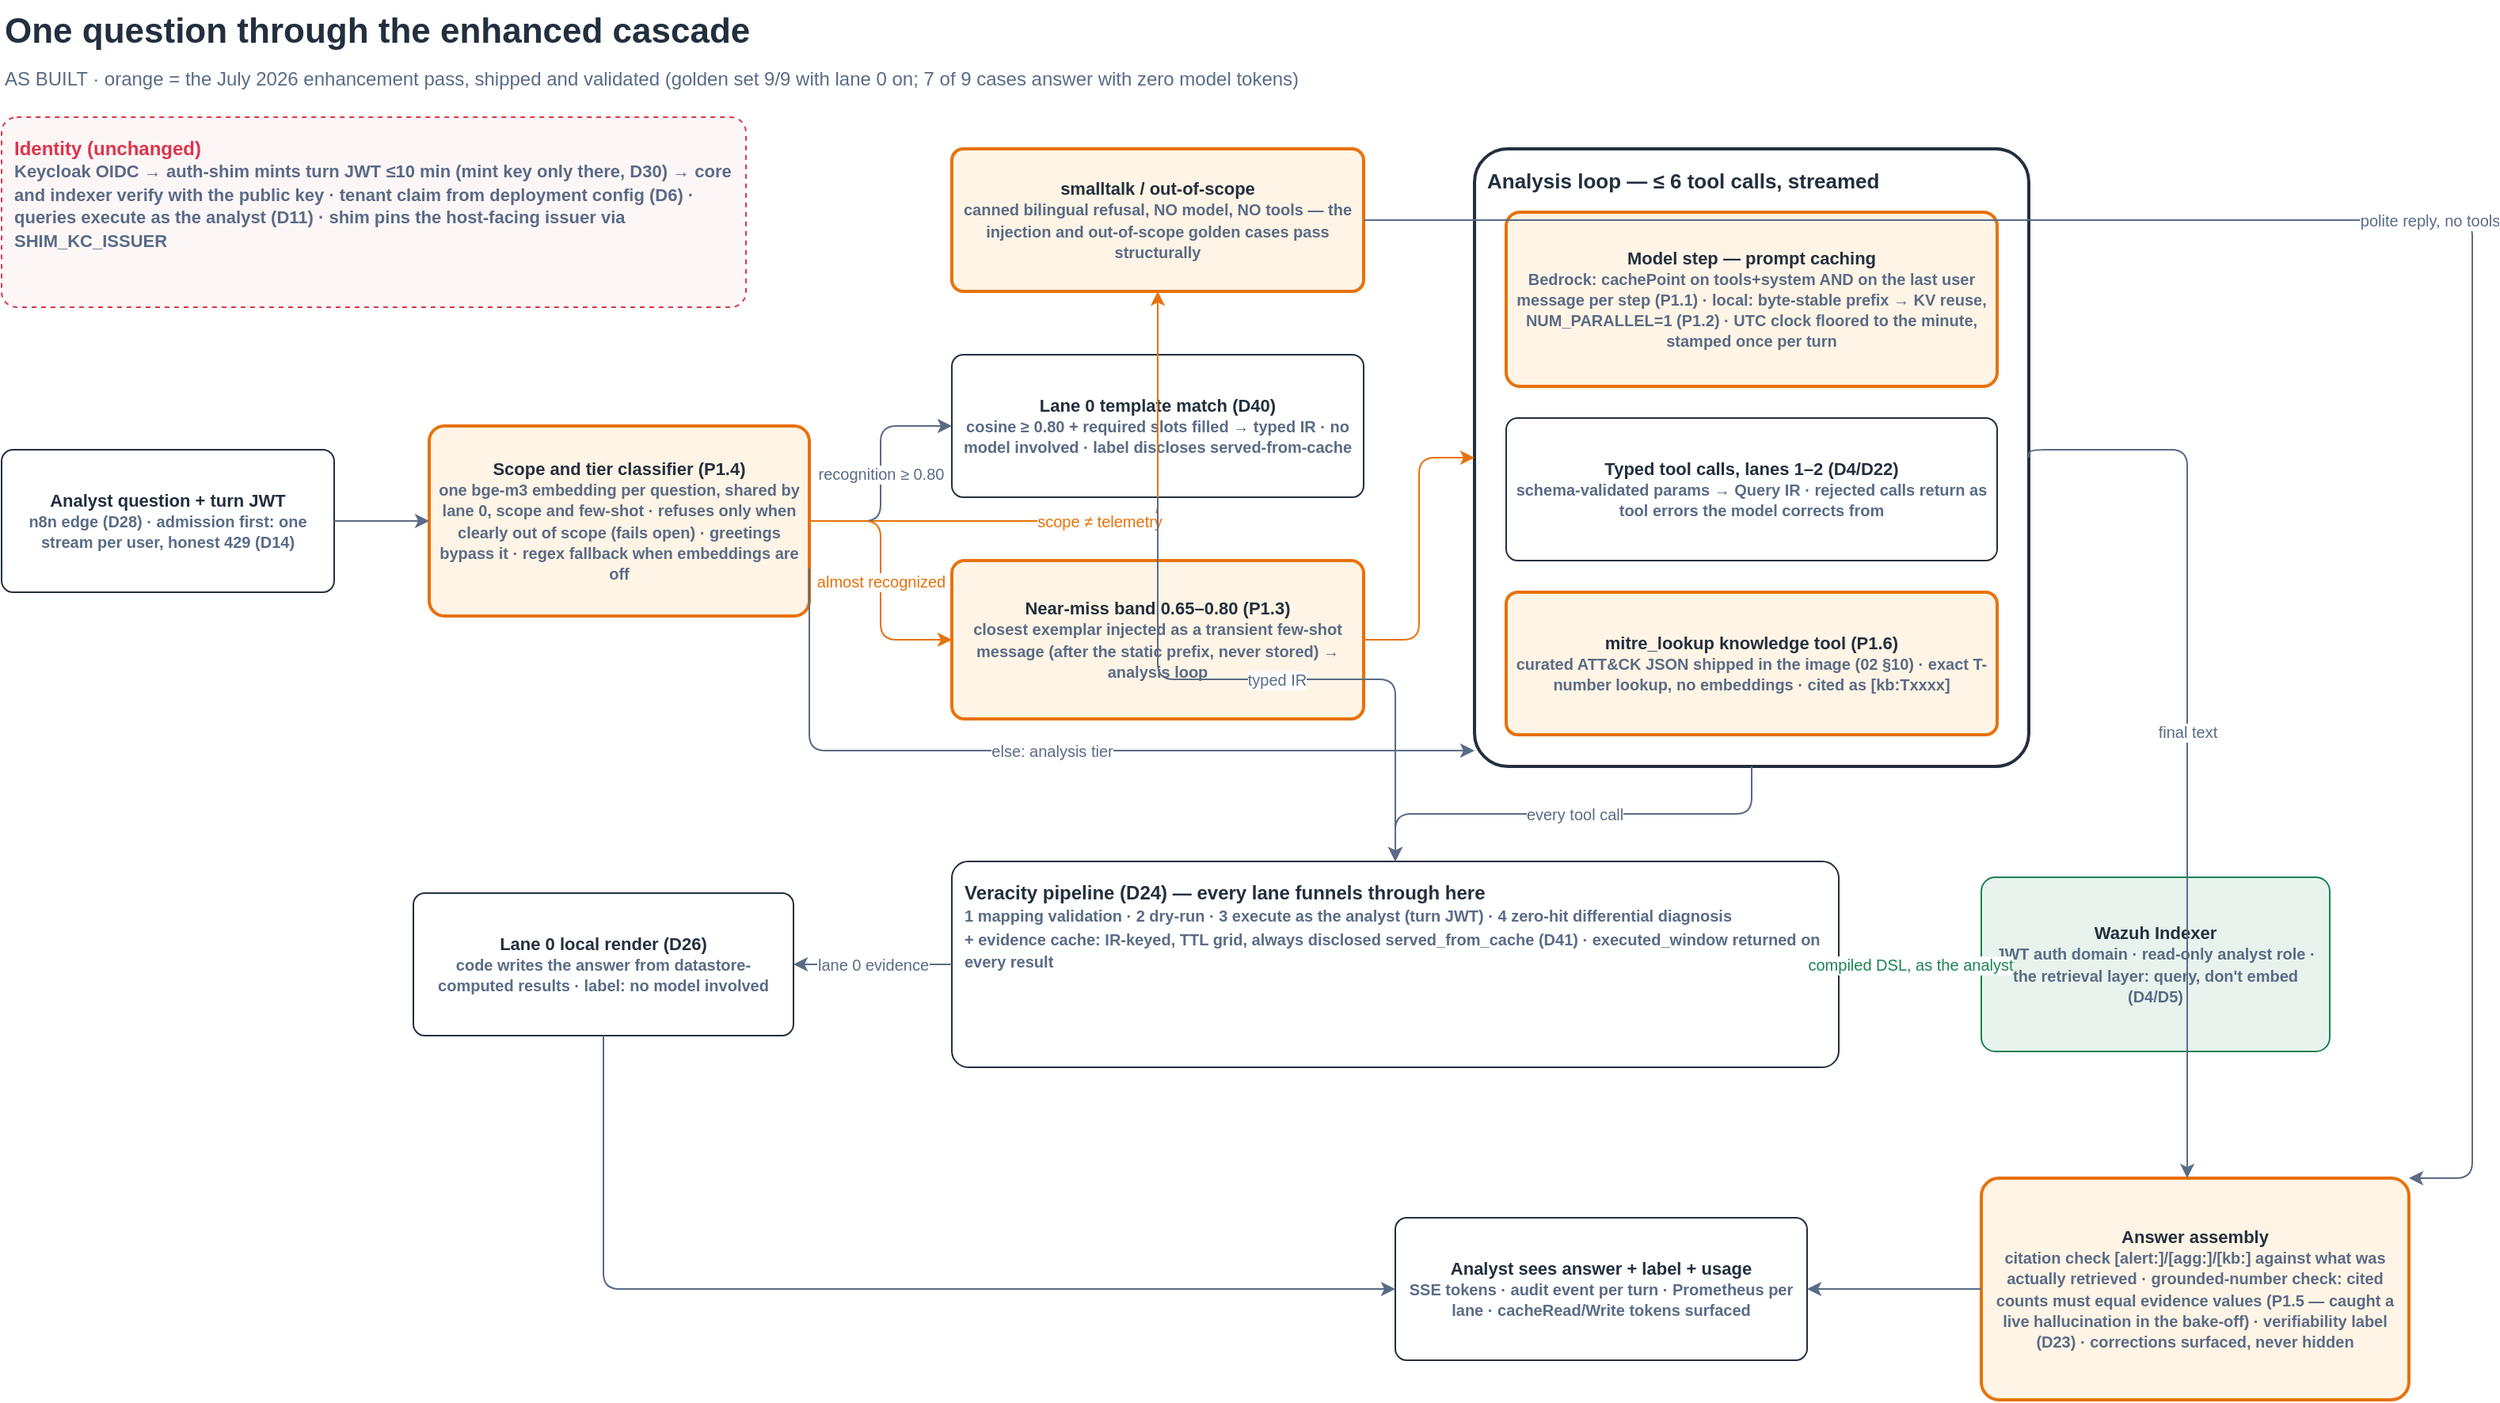
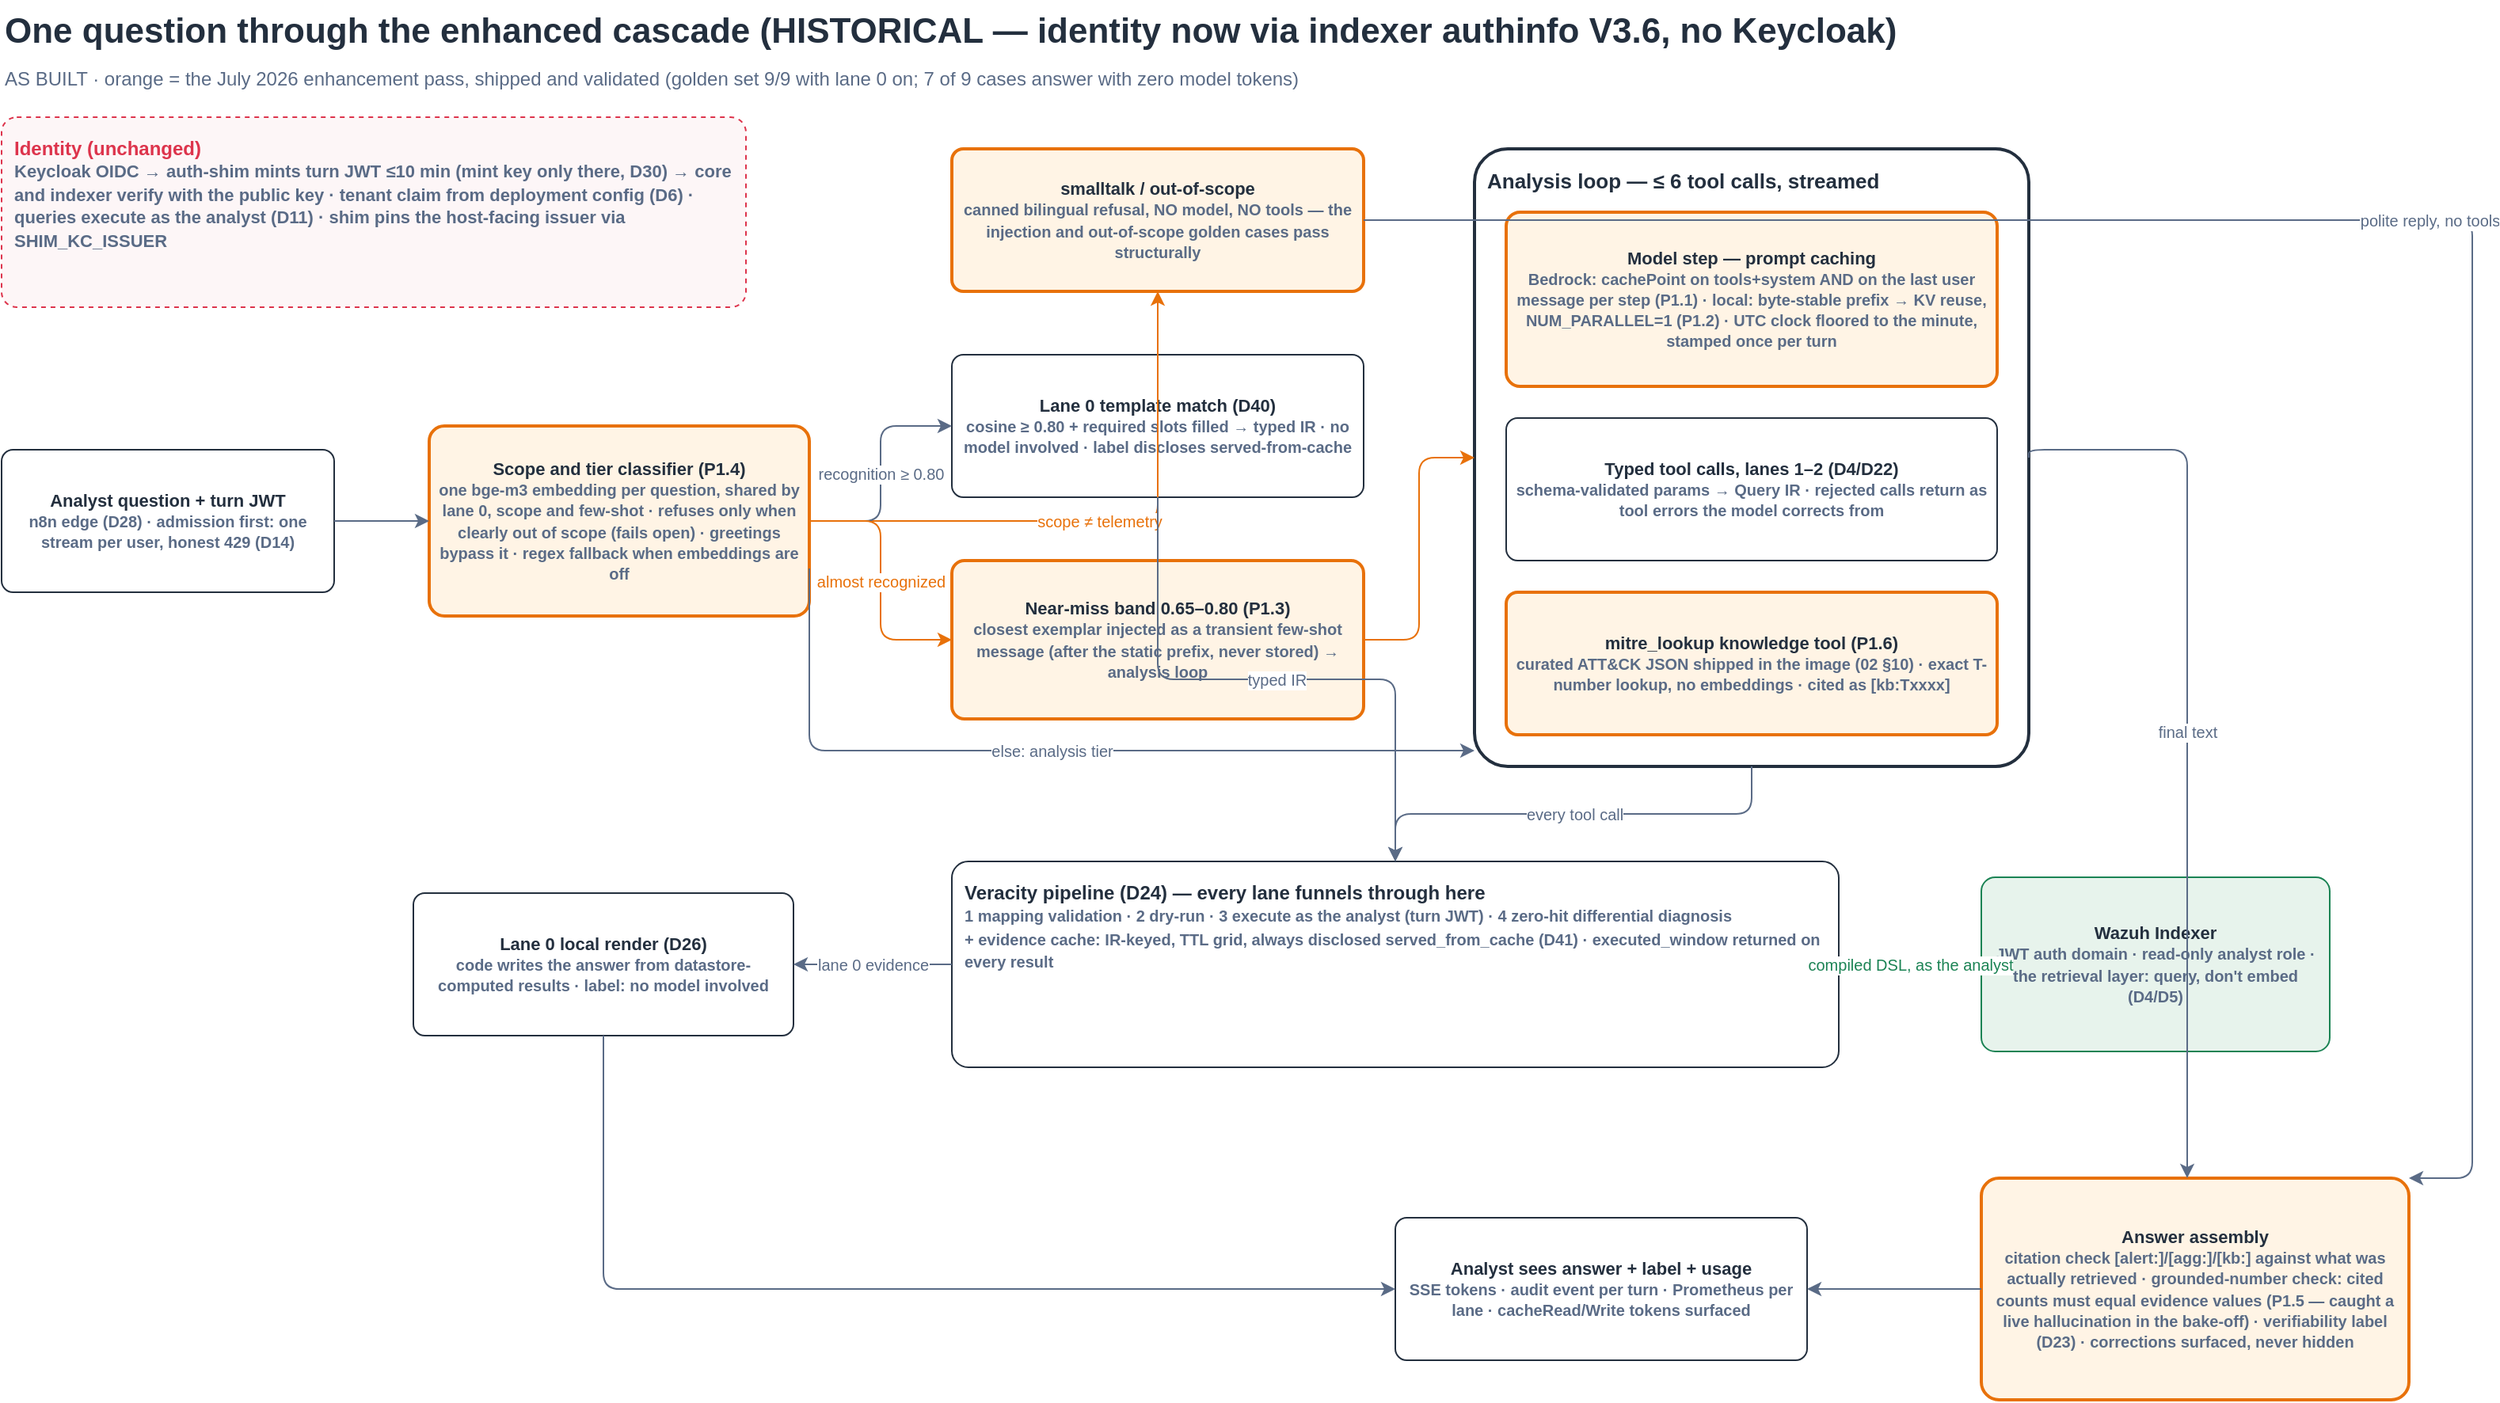
<mxfile host="app.diagrams.net" type="device" version="24.7.17">
  <diagram id="enh1" name="1 · Enhanced turn workflow">
    <mxGraphModel dx="1400" dy="800" grid="0" gridSize="10" guides="1" tooltips="1" connect="1" arrows="1" fold="1" page="1" pageScale="1" pageWidth="1660" pageHeight="1010" math="0" shadow="0">
      <root>
        <mxCell id="0"/>
        <mxCell id="1" parent="0"/>
-         <mxCell id="e1t" value="One question through the enhanced cascade" style="text;html=1;fontSize=22;fontStyle=1;fontColor=#232F3E;align=left;" vertex="1" parent="1"><mxGeometry x="40" y="16" width="1400" height="32" as="geometry"/></mxCell>
+         <mxCell id="e1t" value="One question through the enhanced cascade (HISTORICAL — identity now via indexer authinfo V3.6, no Keycloak)" style="text;html=1;fontSize=22;fontStyle=1;fontColor=#232F3E;align=left;" vertex="1" parent="1"><mxGeometry x="40" y="16" width="1400" height="32" as="geometry"/></mxCell>
        <mxCell id="e1s" value="AS BUILT · orange = the July 2026 enhancement pass, shipped and validated (golden set 9/9 with lane 0 on; 7 of 9 cases answer with zero model tokens)" style="text;html=1;fontSize=12;fontColor=#5A6B86;align=left;" vertex="1" parent="1"><mxGeometry x="40" y="52" width="1400" height="20" as="geometry"/></mxCell>
        <mxCell id="e1id" value="Identity (unchanged)&lt;br&gt;&lt;font style=&quot;font-size:11px&quot; color=&quot;#5A6B86&quot;&gt;Keycloak OIDC → auth-shim mints turn JWT ≤10 min (mint key only there, D30) → core and indexer verify with the public key · tenant claim from deployment config (D6) · queries execute as the analyst (D11) · shim pins the host-facing issuer via SHIM_KC_ISSUER&lt;/font&gt;" style="rounded=1;whiteSpace=wrap;html=1;fillColor=#FDF6F7;strokeColor=#DD344C;dashed=1;fontColor=#DD344C;fontSize=12;fontStyle=1;align=left;verticalAlign=top;spacing=8;arcSize=8;" vertex="1" parent="1"><mxGeometry x="40" y="90" width="470" height="120" as="geometry"/></mxCell>
        <mxCell id="e1q" value="Analyst question + turn JWT&lt;br&gt;&lt;font style=&quot;font-size:10px&quot; color=&quot;#5A6B86&quot;&gt;n8n edge (D28) · admission first: one stream per user, honest 429 (D14)&lt;/font&gt;" style="rounded=1;whiteSpace=wrap;html=1;fillColor=#FFFFFF;strokeColor=#232F3E;fontColor=#232F3E;fontSize=11;fontStyle=1;align=center;verticalAlign=middle;spacing=6;arcSize=8;" vertex="1" parent="1"><mxGeometry x="40" y="300" width="210" height="90" as="geometry"/></mxCell>
        <mxCell id="e1cls" value="Scope and tier classifier (P1.4)&lt;br&gt;&lt;font style=&quot;font-size:10px&quot; color=&quot;#5A6B86&quot;&gt;one bge-m3 embedding per question, shared by lane 0, scope and few-shot · refuses only when clearly out of scope (fails open) · greetings bypass it · regex fallback when embeddings are off&lt;/font&gt;" style="rounded=1;whiteSpace=wrap;html=1;fillColor=#FFF4E5;strokeColor=#E8710A;strokeWidth=2;fontColor=#232F3E;fontSize=11;fontStyle=1;align=center;verticalAlign=middle;spacing=6;arcSize=8;" vertex="1" parent="1"><mxGeometry x="310" y="285" width="240" height="120" as="geometry"/></mxCell>
        <mxCell id="e1b1" value="smalltalk / out-of-scope&lt;br&gt;&lt;font style=&quot;font-size:10px&quot; color=&quot;#5A6B86&quot;&gt;canned bilingual refusal, NO model, NO tools — the injection and out-of-scope golden cases pass structurally&lt;/font&gt;" style="rounded=1;whiteSpace=wrap;html=1;fillColor=#FFF4E5;strokeColor=#E8710A;strokeWidth=2;fontColor=#232F3E;fontSize=11;fontStyle=1;align=center;verticalAlign=middle;spacing=6;arcSize=8;" vertex="1" parent="1"><mxGeometry x="640" y="110" width="260" height="90" as="geometry"/></mxCell>
        <mxCell id="e1b2" value="Lane 0 template match (D40)&lt;br&gt;&lt;font style=&quot;font-size:10px&quot; color=&quot;#5A6B86&quot;&gt;cosine ≥ 0.80 + required slots filled → typed IR · no model involved · label discloses served-from-cache&lt;/font&gt;" style="rounded=1;whiteSpace=wrap;html=1;fillColor=#FFFFFF;strokeColor=#232F3E;fontColor=#232F3E;fontSize=11;fontStyle=1;align=center;verticalAlign=middle;spacing=6;arcSize=8;" vertex="1" parent="1"><mxGeometry x="640" y="240" width="260" height="90" as="geometry"/></mxCell>
        <mxCell id="e1b3" value="Near-miss band 0.65–0.80 (P1.3)&lt;br&gt;&lt;font style=&quot;font-size:10px&quot; color=&quot;#5A6B86&quot;&gt;closest exemplar injected as a transient few-shot message (after the static prefix, never stored) → analysis loop&lt;/font&gt;" style="rounded=1;whiteSpace=wrap;html=1;fillColor=#FFF4E5;strokeColor=#E8710A;strokeWidth=2;fontColor=#232F3E;fontSize=11;fontStyle=1;align=center;verticalAlign=middle;spacing=6;arcSize=8;" vertex="1" parent="1"><mxGeometry x="640" y="370" width="260" height="100" as="geometry"/></mxCell>
        <mxCell id="e1lp" value="Analysis loop — ≤ 6 tool calls, streamed" style="rounded=1;whiteSpace=wrap;html=1;fillColor=none;strokeColor=#232F3E;strokeWidth=2;fontColor=#232F3E;fontSize=13;fontStyle=1;align=left;verticalAlign=top;spacing=8;arcSize=6;" vertex="1" parent="1"><mxGeometry x="970" y="110" width="350" height="390" as="geometry"/></mxCell>
        <mxCell id="e1lp1" value="Model step — prompt caching&lt;br&gt;&lt;font style=&quot;font-size:10px&quot; color=&quot;#5A6B86&quot;&gt;Bedrock: cachePoint on tools+system AND on the last user message per step (P1.1) · local: byte-stable prefix → KV reuse, NUM_PARALLEL=1 (P1.2) · UTC clock floored to the minute, stamped once per turn&lt;/font&gt;" style="rounded=1;whiteSpace=wrap;html=1;fillColor=#FFF4E5;strokeColor=#E8710A;strokeWidth=2;fontColor=#232F3E;fontSize=11;fontStyle=1;align=center;verticalAlign=middle;spacing=6;arcSize=8;" vertex="1" parent="e1lp"><mxGeometry x="20" y="40" width="310" height="110" as="geometry"/></mxCell>
        <mxCell id="e1lp2" value="Typed tool calls, lanes 1–2 (D4/D22)&lt;br&gt;&lt;font style=&quot;font-size:10px&quot; color=&quot;#5A6B86&quot;&gt;schema-validated params → Query IR · rejected calls return as tool errors the model corrects from&lt;/font&gt;" style="rounded=1;whiteSpace=wrap;html=1;fillColor=#FFFFFF;strokeColor=#232F3E;fontColor=#232F3E;fontSize=11;fontStyle=1;align=center;verticalAlign=middle;spacing=6;arcSize=8;" vertex="1" parent="e1lp"><mxGeometry x="20" y="170" width="310" height="90" as="geometry"/></mxCell>
        <mxCell id="e1lp3" value="mitre_lookup knowledge tool (P1.6)&lt;br&gt;&lt;font style=&quot;font-size:10px&quot; color=&quot;#5A6B86&quot;&gt;curated ATT&amp;amp;CK JSON shipped in the image (02 §10) · exact T-number lookup, no embeddings · cited as [kb:Txxxx]&lt;/font&gt;" style="rounded=1;whiteSpace=wrap;html=1;fillColor=#FFF4E5;strokeColor=#E8710A;strokeWidth=2;fontColor=#232F3E;fontSize=11;fontStyle=1;align=center;verticalAlign=middle;spacing=6;arcSize=8;" vertex="1" parent="e1lp"><mxGeometry x="20" y="280" width="310" height="90" as="geometry"/></mxCell>
        <mxCell id="e1vp" value="Veracity pipeline (D24) — every lane funnels through here&lt;br&gt;&lt;font style=&quot;font-size:10px&quot; color=&quot;#5A6B86&quot;&gt;1 mapping validation · 2 dry-run · 3 execute as the analyst (turn JWT) · 4 zero-hit differential diagnosis&lt;br&gt;+ evidence cache: IR-keyed, TTL grid, always disclosed served_from_cache (D41) · executed_window returned on every result&lt;/font&gt;" style="rounded=1;whiteSpace=wrap;html=1;fillColor=#FFFFFF;strokeColor=#232F3E;fontColor=#232F3E;fontSize=12;fontStyle=1;align=left;verticalAlign=top;spacing=8;arcSize=8;" vertex="1" parent="1"><mxGeometry x="640" y="560" width="560" height="130" as="geometry"/></mxCell>
        <mxCell id="e1idx" value="Wazuh Indexer&lt;br&gt;&lt;font style=&quot;font-size:10px&quot; color=&quot;#5A6B86&quot;&gt;JWT auth domain · read-only analyst role · the retrieval layer: query, don&#39;t embed (D4/D5)&lt;/font&gt;" style="rounded=1;whiteSpace=wrap;html=1;fillColor=#E7F3EC;strokeColor=#1B8354;fontColor=#232F3E;fontSize=11;fontStyle=1;align=center;verticalAlign=middle;spacing=6;arcSize=8;" vertex="1" parent="1"><mxGeometry x="1290" y="570" width="220" height="110" as="geometry"/></mxCell>
        <mxCell id="e1lr" value="Lane 0 local render (D26)&lt;br&gt;&lt;font style=&quot;font-size:10px&quot; color=&quot;#5A6B86&quot;&gt;code writes the answer from datastore-computed results · label: no model involved&lt;/font&gt;" style="rounded=1;whiteSpace=wrap;html=1;fillColor=#FFFFFF;strokeColor=#232F3E;fontColor=#232F3E;fontSize=11;fontStyle=1;align=center;verticalAlign=middle;spacing=6;arcSize=8;" vertex="1" parent="1"><mxGeometry x="300" y="580" width="240" height="90" as="geometry"/></mxCell>
        <mxCell id="e1out" value="Answer assembly&lt;br&gt;&lt;font style=&quot;font-size:10px&quot; color=&quot;#5A6B86&quot;&gt;citation check [alert:]/[agg:]/[kb:] against what was actually retrieved · grounded-number check: cited counts must equal evidence values (P1.5 — caught a live hallucination in the bake-off) · verifiability label (D23) · corrections surfaced, never hidden&lt;/font&gt;" style="rounded=1;whiteSpace=wrap;html=1;fillColor=#FFF4E5;strokeColor=#E8710A;strokeWidth=2;fontColor=#232F3E;fontSize=11;fontStyle=1;align=center;verticalAlign=middle;spacing=6;arcSize=8;" vertex="1" parent="1"><mxGeometry x="1290" y="760" width="270" height="140" as="geometry"/></mxCell>
        <mxCell id="e1ans" value="Analyst sees answer + label + usage&lt;br&gt;&lt;font style=&quot;font-size:10px&quot; color=&quot;#5A6B86&quot;&gt;SSE tokens · audit event per turn · Prometheus per lane · cacheRead/Write tokens surfaced&lt;/font&gt;" style="rounded=1;whiteSpace=wrap;html=1;fillColor=#FFFFFF;strokeColor=#232F3E;fontColor=#232F3E;fontSize=11;fontStyle=1;align=center;verticalAlign=middle;spacing=6;arcSize=8;" vertex="1" parent="1"><mxGeometry x="920" y="785" width="260" height="90" as="geometry"/></mxCell>
        <mxCell id="e1e1" style="edgeStyle=orthogonalEdgeStyle;rounded=1;html=1;strokeColor=#5A6B86;fontColor=#5A6B86;fontSize=10;" edge="1" parent="1" source="e1q" target="e1cls"><mxGeometry relative="1" as="geometry"/></mxCell>
        <mxCell id="e1e2" value="scope ≠ telemetry" style="edgeStyle=orthogonalEdgeStyle;rounded=1;html=1;strokeColor=#E8710A;fontColor=#E8710A;fontSize=10;" edge="1" parent="1" source="e1cls" target="e1b1"><mxGeometry relative="1" as="geometry"/></mxCell>
        <mxCell id="e1e3" value="recognition ≥ 0.80" style="edgeStyle=orthogonalEdgeStyle;rounded=1;html=1;strokeColor=#5A6B86;fontColor=#5A6B86;fontSize=10;" edge="1" parent="1" source="e1cls" target="e1b2"><mxGeometry relative="1" as="geometry"/></mxCell>
        <mxCell id="e1e4" value="almost recognized" style="edgeStyle=orthogonalEdgeStyle;rounded=1;html=1;strokeColor=#E8710A;fontColor=#E8710A;fontSize=10;" edge="1" parent="1" source="e1cls" target="e1b3"><mxGeometry relative="1" as="geometry"/></mxCell>
        <mxCell id="e1e5" value="else: analysis tier" style="edgeStyle=orthogonalEdgeStyle;rounded=1;html=1;strokeColor=#5A6B86;fontColor=#5A6B86;fontSize=10;exitX=1;exitY=0.75;exitDx=0;exitDy=0;" edge="1" parent="1" source="e1cls" target="e1lp"><mxGeometry relative="1" as="geometry"><Array as="points"><mxPoint x="600" y="490"/><mxPoint x="940" y="490"/></Array></mxGeometry></mxCell>
        <mxCell id="e1e6" style="edgeStyle=orthogonalEdgeStyle;rounded=1;html=1;strokeColor=#E8710A;fontColor=#E8710A;fontSize=10;" edge="1" parent="1" source="e1b3" target="e1lp"><mxGeometry relative="1" as="geometry"/></mxCell>
        <mxCell id="e1e7" value="typed IR" style="edgeStyle=orthogonalEdgeStyle;rounded=1;html=1;strokeColor=#5A6B86;fontColor=#5A6B86;fontSize=10;" edge="1" parent="1" source="e1b2" target="e1vp"><mxGeometry relative="1" as="geometry"/></mxCell>
        <mxCell id="e1e8" value="every tool call" style="edgeStyle=orthogonalEdgeStyle;rounded=1;html=1;strokeColor=#5A6B86;fontColor=#5A6B86;fontSize=10;" edge="1" parent="1" source="e1lp" target="e1vp"><mxGeometry relative="1" as="geometry"/></mxCell>
        <mxCell id="e1e9" value="compiled DSL, as the analyst" style="edgeStyle=orthogonalEdgeStyle;rounded=1;html=1;strokeColor=#1B8354;fontColor=#1B8354;fontSize=10;" edge="1" parent="1" source="e1vp" target="e1idx"><mxGeometry relative="1" as="geometry"/></mxCell>
        <mxCell id="e1e10" value="lane 0 evidence" style="edgeStyle=orthogonalEdgeStyle;rounded=1;html=1;strokeColor=#5A6B86;fontColor=#5A6B86;fontSize=10;" edge="1" parent="1" source="e1vp" target="e1lr"><mxGeometry relative="1" as="geometry"/></mxCell>
        <mxCell id="e1e11" value="final text" style="edgeStyle=orthogonalEdgeStyle;rounded=1;html=1;strokeColor=#5A6B86;fontColor=#5A6B86;fontSize=10;exitX=1;exitY=0.5;exitDx=0;exitDy=0;" edge="1" parent="1" source="e1lp" target="e1out"><mxGeometry relative="1" as="geometry"><Array as="points"><mxPoint x="1420" y="300"/></Array></mxGeometry></mxCell>
        <mxCell id="e1e12" value="polite reply, no tools" style="edgeStyle=orthogonalEdgeStyle;rounded=1;html=1;strokeColor=#5A6B86;fontColor=#5A6B86;fontSize=10;" edge="1" parent="1" source="e1b1" target="e1out"><mxGeometry relative="1" as="geometry"><Array as="points"><mxPoint x="1600" y="155"/><mxPoint x="1600" y="760"/></Array></mxGeometry></mxCell>
        <mxCell id="e1e13" style="edgeStyle=orthogonalEdgeStyle;rounded=1;html=1;strokeColor=#5A6B86;fontColor=#5A6B86;fontSize=10;" edge="1" parent="1" source="e1lr" target="e1ans"><mxGeometry relative="1" as="geometry"><Array as="points"><mxPoint x="420" y="830"/></Array></mxGeometry></mxCell>
        <mxCell id="e1e14" style="edgeStyle=orthogonalEdgeStyle;rounded=1;html=1;strokeColor=#5A6B86;fontColor=#5A6B86;fontSize=10;" edge="1" parent="1" source="e1out" target="e1ans"><mxGeometry relative="1" as="geometry"/></mxCell>
      </root>
    </mxGraphModel>
  </diagram>
  <diagram id="enh2" name="2 · Caches and knowledge placement">
    <mxGraphModel dx="1400" dy="800" grid="0" gridSize="10" guides="1" tooltips="1" connect="1" arrows="1" fold="1" page="1" pageScale="1" pageWidth="1660" pageHeight="1010" math="0" shadow="0">
      <root>
        <mxCell id="0"/>
        <mxCell id="1" parent="0"/>
        <mxCell id="e2t" value="Where each cache and knowledge source lives" style="text;html=1;fontSize=22;fontStyle=1;fontColor=#232F3E;align=left;" vertex="1" parent="1"><mxGeometry x="40" y="16" width="1400" height="32" as="geometry"/></mxCell>
        <mxCell id="e2s" value="AS BUILT · orange = the July 2026 enhancement pass · telemetry is never embedded — the only vector math in the system is over questions and curated exemplars (D4/D5, note 02) · one embedding per question drives lane 0, scope and few-shot" style="text;html=1;fontSize=12;fontColor=#5A6B86;align=left;" vertex="1" parent="1"><mxGeometry x="40" y="52" width="1500" height="20" as="geometry"/></mxCell>
        <mxCell id="e2kc" value="Keycloak&lt;br&gt;&lt;font style=&quot;font-size:10px&quot; color=&quot;#5A6B86&quot;&gt;customer IdP stand-in · OIDC&lt;/font&gt;" style="rounded=1;whiteSpace=wrap;html=1;fillColor=#FDF6F7;strokeColor=#DD344C;fontColor=#232F3E;fontSize=11;fontStyle=1;align=center;verticalAlign=middle;spacing=6;arcSize=8;" vertex="1" parent="1"><mxGeometry x="40" y="140" width="200" height="80" as="geometry"/></mxCell>
        <mxCell id="e2as" value="auth-shim&lt;br&gt;&lt;font style=&quot;font-size:10px&quot; color=&quot;#5A6B86&quot;&gt;verifies OIDC vs JWKS · SHIM_KC_ISSUER pins the host-facing issuer · mints turn JWT ≤10 min · mint key ONLY here (D30)&lt;/font&gt;" style="rounded=1;whiteSpace=wrap;html=1;fillColor=#FDF6F7;strokeColor=#DD344C;fontColor=#232F3E;fontSize=11;fontStyle=1;align=center;verticalAlign=middle;spacing=6;arcSize=8;" vertex="1" parent="1"><mxGeometry x="40" y="260" width="200" height="100" as="geometry"/></mxCell>
        <mxCell id="e2n8" value="n8n chat edge&lt;br&gt;&lt;font style=&quot;font-size:10px&quot; color=&quot;#5A6B86&quot;&gt;thin relay only (D28) · renders the verifiability label&lt;/font&gt;" style="rounded=1;whiteSpace=wrap;html=1;fillColor=#FFFFFF;strokeColor=#232F3E;fontColor=#232F3E;fontSize=11;fontStyle=1;align=center;verticalAlign=middle;spacing=6;arcSize=8;" vertex="1" parent="1"><mxGeometry x="40" y="400" width="200" height="90" as="geometry"/></mxCell>
        <mxCell id="e2mcp" value="MCP adapter (mcp/server.py)&lt;br&gt;&lt;font style=&quot;font-size:10px&quot; color=&quot;#5A6B86&quot;&gt;stdio door for Claude Desktop / Cursor · mints and refreshes its own turn JWT · consumes the HTTP surfaces, never the datastore&lt;/font&gt;" style="rounded=1;whiteSpace=wrap;html=1;fillColor=#FFF4E5;strokeColor=#E8710A;strokeWidth=2;fontColor=#232F3E;fontSize=11;fontStyle=1;align=center;verticalAlign=middle;spacing=6;arcSize=8;" vertex="1" parent="1"><mxGeometry x="40" y="520" width="200" height="110" as="geometry"/></mxCell>
        <mxCell id="e2ts" value="tool-service — FastAPI, deliberately single-process (semaphores, caches and vectors are process-local)" style="rounded=1;whiteSpace=wrap;html=1;fillColor=none;strokeColor=#232F3E;strokeWidth=2;fontColor=#232F3E;fontSize=13;fontStyle=1;align=left;verticalAlign=top;spacing=8;arcSize=6;" vertex="1" parent="1"><mxGeometry x="310" y="120" width="660" height="660" as="geometry"/></mxCell>
        <mxCell id="e2m1" value="loop.py — the agent loop&lt;br&gt;&lt;font style=&quot;font-size:10px&quot; color=&quot;#5A6B86&quot;&gt;lane cascade · citation check ([kb:] included) · grounded-number check (P1.5) · few-shot injection (P1.3) · per-turn minute-floored clock&lt;/font&gt;" style="rounded=1;whiteSpace=wrap;html=1;fillColor=#FFF4E5;strokeColor=#E8710A;strokeWidth=2;fontColor=#232F3E;fontSize=11;fontStyle=1;align=center;verticalAlign=middle;spacing=6;arcSize=8;" vertex="1" parent="e2ts"><mxGeometry x="20" y="40" width="300" height="100" as="geometry"/></mxCell>
        <mxCell id="e2m2" value="lane0.py + embeddings.py + scope.py&lt;br&gt;&lt;font style=&quot;font-size:10px&quot; color=&quot;#5A6B86&quot;&gt;bilingual exemplar corpus + vectors · one shared per-turn embed cache · scope corpora (fails open) · near-miss few-shot · deterministic slots&lt;/font&gt;" style="rounded=1;whiteSpace=wrap;html=1;fillColor=#FFF4E5;strokeColor=#E8710A;strokeWidth=2;fontColor=#232F3E;fontSize=11;fontStyle=1;align=center;verticalAlign=middle;spacing=6;arcSize=8;" vertex="1" parent="e2ts"><mxGeometry x="340" y="40" width="300" height="100" as="geometry"/></mxCell>
        <mxCell id="e2m3" value="tools.py + knowledge.py&lt;br&gt;&lt;font style=&quot;font-size:10px&quot; color=&quot;#5A6B86&quot;&gt;typed lane-1 catalog · run_query_ir (lane 2) · mitre_lookup over curated ATT&amp;amp;CK JSON baked into the image — exact-id lookup, no vector store (P1.6)&lt;/font&gt;" style="rounded=1;whiteSpace=wrap;html=1;fillColor=#FFF4E5;strokeColor=#E8710A;strokeWidth=2;fontColor=#232F3E;fontSize=11;fontStyle=1;align=center;verticalAlign=middle;spacing=6;arcSize=8;" vertex="1" parent="e2ts"><mxGeometry x="20" y="160" width="300" height="110" as="geometry"/></mxCell>
        <mxCell id="e2m4" value="models.py + compiler.py&lt;br&gt;&lt;font style=&quot;font-size:10px&quot; color=&quot;#5A6B86&quot;&gt;typed Query IR · field allowlist · compiles to OpenSearch DSL, values only in filter clauses, no scripts/regexp/wildcards (D4/D22) — verified, unchanged&lt;/font&gt;" style="rounded=1;whiteSpace=wrap;html=1;fillColor=#FFFFFF;strokeColor=#232F3E;fontColor=#232F3E;fontSize=11;fontStyle=1;align=center;verticalAlign=middle;spacing=6;arcSize=8;" vertex="1" parent="e2ts"><mxGeometry x="340" y="160" width="300" height="110" as="geometry"/></mxCell>
        <mxCell id="e2m5" value="veracity.py&lt;br&gt;&lt;font style=&quot;font-size:10px&quot; color=&quot;#5A6B86&quot;&gt;4 checks on every query (D24) · executed_window on every result · evidence cache: IR-keyed, TTL-grid, disclosed (D41)&lt;/font&gt;" style="rounded=1;whiteSpace=wrap;html=1;fillColor=#FFF4E5;strokeColor=#E8710A;strokeWidth=2;fontColor=#232F3E;fontSize=11;fontStyle=1;align=center;verticalAlign=middle;spacing=6;arcSize=8;" vertex="1" parent="e2ts"><mxGeometry x="20" y="290" width="300" height="110" as="geometry"/></mxCell>
        <mxCell id="e2m6" value="state.py — conversations&lt;br&gt;&lt;font style=&quot;font-size:10px&quot; color=&quot;#5A6B86&quot;&gt;in-memory, TTL, text-only turns · documented seam → tenant indexer wazuh_ai_state (D7)&lt;/font&gt;" style="rounded=1;whiteSpace=wrap;html=1;fillColor=#FFFFFF;strokeColor=#232F3E;fontColor=#232F3E;fontSize=11;fontStyle=1;align=center;verticalAlign=middle;spacing=6;arcSize=8;" vertex="1" parent="e2ts"><mxGeometry x="340" y="290" width="300" height="110" as="geometry"/></mxCell>
        <mxCell id="e2m7" value="admission.py (D14)&lt;br&gt;&lt;font style=&quot;font-size:10px&quot; color=&quot;#5A6B86&quot;&gt;1 stream/user · 6 turns/min · tenant semaphore · honest 429&lt;/font&gt;" style="rounded=1;whiteSpace=wrap;html=1;fillColor=#FFFFFF;strokeColor=#232F3E;fontColor=#232F3E;fontSize=11;fontStyle=1;align=center;verticalAlign=middle;spacing=6;arcSize=8;" vertex="1" parent="e2ts"><mxGeometry x="20" y="420" width="300" height="80" as="geometry"/></mxCell>
        <mxCell id="e2m8" value="audit.py + metrics.py&lt;br&gt;&lt;font style=&quot;font-size:10px&quot; color=&quot;#5A6B86&quot;&gt;JSON events · Prometheus: turns by lane (incl. scope), tool calls, lane-0 outcomes, tokens, latency&lt;/font&gt;" style="rounded=1;whiteSpace=wrap;html=1;fillColor=#FFFFFF;strokeColor=#232F3E;fontColor=#232F3E;fontSize=11;fontStyle=1;align=center;verticalAlign=middle;spacing=6;arcSize=8;" vertex="1" parent="e2ts"><mxGeometry x="340" y="420" width="300" height="80" as="geometry"/></mxCell>
        <mxCell id="e2m9" value="main.py — the HTTP surfaces (D21)&lt;br&gt;&lt;font style=&quot;font-size:10px&quot; color=&quot;#5A6B86&quot;&gt;POST /v1/chat (SSE) · POST /v1/chat/sync · POST /v1/tools/{name} (no model) · the MCP adapter consumes these from the host&lt;/font&gt;" style="rounded=1;whiteSpace=wrap;html=1;fillColor=#FFFFFF;strokeColor=#232F3E;fontColor=#232F3E;fontSize=11;fontStyle=1;align=center;verticalAlign=middle;spacing=6;arcSize=8;" vertex="1" parent="e2ts"><mxGeometry x="20" y="540" width="620" height="100" as="geometry"/></mxCell>
        <mxCell id="e2idx" value="Wazuh Indexer (OpenSearch)&lt;br&gt;&lt;font style=&quot;font-size:10px&quot; color=&quot;#5A6B86&quot;&gt;JWT auth domain · read-only wazuh_ai_analyst_role · THE retrieval layer: query, don&#39;t embed — no second copy of tenant data (D4/D5/D11)&lt;/font&gt;" style="rounded=1;whiteSpace=wrap;html=1;fillColor=#E7F3EC;strokeColor=#1B8354;fontColor=#232F3E;fontSize=11;fontStyle=1;align=center;verticalAlign=middle;spacing=6;arcSize=8;" vertex="1" parent="1"><mxGeometry x="1040" y="140" width="260" height="130" as="geometry"/></mxCell>
        <mxCell id="e2inf" value="provider port — llm.py&lt;br&gt;&lt;font style=&quot;font-size:10px&quot; color=&quot;#5A6B86&quot;&gt;Converse shape everywhere · per-tier bindings (D37/D39) · streaming with usage frames&lt;/font&gt;" style="rounded=1;whiteSpace=wrap;html=1;fillColor=#FFFFFF;strokeColor=#232F3E;fontColor=#232F3E;fontSize=11;fontStyle=1;align=center;verticalAlign=middle;spacing=6;arcSize=8;" vertex="1" parent="1"><mxGeometry x="1040" y="320" width="260" height="90" as="geometry"/></mxCell>
        <mxCell id="e2ol" value="Ollama (local, air-gapped)&lt;br&gt;&lt;font style=&quot;font-size:10px&quot; color=&quot;#5A6B86&quot;&gt;rocm image + /dev/kfd, /dev/dri, numeric GIDs (P0.1) · OLLAMA_CONTEXT_LENGTH=16384 (P0.2) · KV cache q8_0, prefix reuse = local prompt cache (P1.2) · gpt-oss:20b / qwen3-instruct + bge-m3&lt;/font&gt;" style="rounded=1;whiteSpace=wrap;html=1;fillColor=#FFF4E5;strokeColor=#E8710A;strokeWidth=2;fontColor=#232F3E;fontSize=11;fontStyle=1;align=center;verticalAlign=middle;spacing=6;arcSize=8;" vertex="1" parent="1"><mxGeometry x="1040" y="440" width="260" height="150" as="geometry"/></mxCell>
        <mxCell id="e2br" value="Amazon Bedrock (production fidelity)&lt;br&gt;&lt;font style=&quot;font-size:10px&quot; color=&quot;#5A6B86&quot;&gt;Converse + Guardrails per invocation (D38) · prompt cache: 2× cachePoint (P1.1) · cacheRead/Write tokens surfaced in usage · not yet exercised locally&lt;/font&gt;" style="rounded=1;whiteSpace=wrap;html=1;fillColor=#FFF4E5;strokeColor=#E8710A;strokeWidth=2;fontColor=#232F3E;fontSize=11;fontStyle=1;align=center;verticalAlign=middle;spacing=6;arcSize=8;" vertex="1" parent="1"><mxGeometry x="1040" y="620" width="260" height="140" as="geometry"/></mxCell>
        <mxCell id="e2anti" value="Anti-scope (still binding): vector store over alerts · semantic answer cache · lane 3 · LiteLLM in the default path (silent downgrade vs D14) · AirLLM on AMD" style="rounded=1;whiteSpace=wrap;html=1;fillColor=#FFFFFF;strokeColor=#DD344C;dashed=1;fontColor=#DD344C;fontSize=11;align=left;verticalAlign=middle;spacing=8;arcSize=8;" vertex="1" parent="1"><mxGeometry x="310" y="810" width="990" height="60" as="geometry"/></mxCell>
        <mxCell id="e2e1" value="OIDC" style="edgeStyle=orthogonalEdgeStyle;rounded=1;html=1;strokeColor=#DD344C;fontColor=#DD344C;fontSize=10;" edge="1" parent="1" source="e2kc" target="e2as"><mxGeometry relative="1" as="geometry"/></mxCell>
        <mxCell id="e2e2" value="exchange → turn JWT" style="edgeStyle=orthogonalEdgeStyle;rounded=1;html=1;strokeColor=#DD344C;fontColor=#DD344C;fontSize=10;" edge="1" parent="1" source="e2as" target="e2n8"><mxGeometry relative="1" as="geometry"/></mxCell>
        <mxCell id="e2e3" value="question + turn JWT" style="edgeStyle=orthogonalEdgeStyle;rounded=1;html=1;strokeColor=#5A6B86;fontColor=#5A6B86;fontSize=10;" edge="1" parent="1" source="e2n8" target="e2ts"><mxGeometry relative="1" as="geometry"/></mxCell>
        <mxCell id="e2e8" value="turn JWT (self-minted)" style="edgeStyle=orthogonalEdgeStyle;rounded=1;html=1;strokeColor=#E8710A;fontColor=#E8710A;fontSize=10;" edge="1" parent="1" source="e2mcp" target="e2ts"><mxGeometry relative="1" as="geometry"/></mxCell>
        <mxCell id="e2e4" value="queries as the analyst (turn JWT)" style="edgeStyle=orthogonalEdgeStyle;rounded=1;html=1;strokeColor=#1B8354;fontColor=#1B8354;fontSize=10;" edge="1" parent="1" source="e2ts" target="e2idx"><mxGeometry relative="1" as="geometry"/></mxCell>
        <mxCell id="e2e5" style="edgeStyle=orthogonalEdgeStyle;rounded=1;html=1;strokeColor=#5A6B86;fontColor=#5A6B86;fontSize=10;" edge="1" parent="1" source="e2ts" target="e2inf"><mxGeometry relative="1" as="geometry"/></mxCell>
        <mxCell id="e2e6" style="edgeStyle=orthogonalEdgeStyle;rounded=1;html=1;strokeColor=#5A6B86;fontColor=#5A6B86;fontSize=10;" edge="1" parent="1" source="e2inf" target="e2ol"><mxGeometry relative="1" as="geometry"/></mxCell>
        <mxCell id="e2e7" style="edgeStyle=orthogonalEdgeStyle;rounded=1;html=1;strokeColor=#5A6B86;fontColor=#5A6B86;fontSize=10;" edge="1" parent="1" source="e2inf" target="e2br"><mxGeometry relative="1" as="geometry"/></mxCell>
      </root>
    </mxGraphModel>
  </diagram>
  <diagram id="enh3" name="3 · Local test harness (AMD)">
    <mxGraphModel dx="1400" dy="800" grid="0" gridSize="10" guides="1" tooltips="1" connect="1" arrows="1" fold="1" page="1" pageScale="1" pageWidth="1660" pageHeight="1010" math="0" shadow="0">
      <root>
        <mxCell id="0"/>
        <mxCell id="1" parent="0"/>
        <mxCell id="e3t" value="Local test harness on the AMD box, and the eval workflow" style="text;html=1;fontSize=22;fontStyle=1;fontColor=#232F3E;align=left;" vertex="1" parent="1"><mxGeometry x="40" y="16" width="1400" height="32" as="geometry"/></mxCell>
        <mxCell id="e3s" value="AS BUILT · measured 2026-07-14 — lane 0 on, gpt-oss:20b: 9/9 (7/9 zero-token) · model-only: qwen3:30b-a3b-instruct-2507 9/9 med 16.8 s zero corrections · gpt-oss:20b 7–8/9 med 15.2 s · qwen2.5:14b 2/9 · qwen3 thinking tag 3/9 (output-cap overflow)" style="text;html=1;fontSize=12;fontColor=#5A6B86;align=left;" vertex="1" parent="1"><mxGeometry x="40" y="52" width="1560" height="20" as="geometry"/></mxCell>
        <mxCell id="e3host" value="This machine — Linux · 64 GB RAM (unrelated stacks share it: stop them before runs) · AMD RX 7600 XT 16 GB VRAM (gfx1102)" style="rounded=1;whiteSpace=wrap;html=1;fillColor=none;strokeColor=#232F3E;strokeWidth=2;fontColor=#232F3E;fontSize=13;fontStyle=1;align=left;verticalAlign=top;spacing=8;arcSize=6;" vertex="1" parent="1"><mxGeometry x="40" y="100" width="1580" height="520" as="geometry"/></mxCell>
        <mxCell id="e3wz" value="wazuh-docker single-node&lt;br&gt;&lt;font style=&quot;font-size:10px&quot; color=&quot;#5A6B86&quot;&gt;manager · indexer :9200 · dashboard :443&lt;br&gt;≈10 GB RAM · network single-node_default&lt;br&gt;JWT auth domain + wazuh_ai_analyst_role applied via make securityconfig&lt;/font&gt;" style="rounded=1;whiteSpace=wrap;html=1;fillColor=#E7F3EC;strokeColor=#1B8354;fontColor=#232F3E;fontSize=11;fontStyle=1;align=center;verticalAlign=middle;spacing=8;arcSize=8;" vertex="1" parent="e3host"><mxGeometry x="40" y="60" width="440" height="160" as="geometry"/></mxCell>
        <mxCell id="e3ov" value="PoC overlay (make poc)&lt;br&gt;&lt;font style=&quot;font-size:10px&quot; color=&quot;#5A6B86&quot;&gt;keycloak :8085 · auth-shim :8081 (SHIM_KC_ISSUER pinned) · tool-service :8080 · n8n :5678&lt;br&gt;lane 0 ON · evidence cache 60 s · WAI_EVIDENCE_BUDGET_CHARS=8000&lt;/font&gt;" style="rounded=1;whiteSpace=wrap;html=1;fillColor=#FFFFFF;strokeColor=#232F3E;fontColor=#232F3E;fontSize=11;fontStyle=1;align=center;verticalAlign=middle;spacing=8;arcSize=8;" vertex="1" parent="e3host"><mxGeometry x="520" y="60" width="460" height="160" as="geometry"/></mxCell>
        <mxCell id="e3ol" value="ollama :11434 — ollama/ollama:rocm (P0.1)&lt;br&gt;&lt;font style=&quot;font-size:10px&quot; color=&quot;#5A6B86&quot;&gt;devices /dev/kfd + /dev/dri · numeric GIDs (render 105 / video 44)&lt;br&gt;OLLAMA_CONTEXT_LENGTH=16384 (P0.2) · FLASH_ATTENTION=1 · KV q8_0&lt;br&gt;NUM_PARALLEL=1 (prefix KV reuse) · KEEP_ALIVE=30m&lt;br&gt;measured: gpt-oss:20b 90% GPU · qwen3:30b-a3b 65% GPU / 35% CPU&lt;/font&gt;" style="rounded=1;whiteSpace=wrap;html=1;fillColor=#FFF4E5;strokeColor=#E8710A;strokeWidth=2;fontColor=#232F3E;fontSize=11;fontStyle=1;align=center;verticalAlign=middle;spacing=8;arcSize=8;" vertex="1" parent="e3host"><mxGeometry x="1020" y="60" width="520" height="160" as="geometry"/></mxCell>
        <mxCell id="e3gpu" value="verified: ollama ps → 90% GPU on gpt-oss:20b with 16k context · warm turn ≈ 14 s including load" style="rounded=1;whiteSpace=wrap;html=1;fillColor=#FFF4E5;strokeColor=#E8710A;strokeWidth=2;fontColor=#232F3E;fontSize=11;align=left;verticalAlign=middle;spacing=8;arcSize=8;" vertex="1" parent="e3host"><mxGeometry x="1020" y="250" width="520" height="60" as="geometry"/></mxCell>
        <mxCell id="e3air" value="airllm-shim: CUDA-only, unsupported on this host — skipped by design" style="rounded=1;whiteSpace=wrap;html=1;fillColor=#FFFFFF;strokeColor=#5A6B86;dashed=1;fontColor=#5A6B86;fontSize=11;align=left;verticalAlign=middle;spacing=8;arcSize=8;" vertex="1" parent="e3host"><mxGeometry x="1020" y="340" width="520" height="50" as="geometry"/></mxCell>
        <mxCell id="e3neg" value="identity negatives — all verified green: foreign-key token rejected at signature · cross-tenant token rejected + audited · viewer1 refused by the shim (403) · turn JWT can _count but DELETE → 403" style="rounded=1;whiteSpace=wrap;html=1;fillColor=#FDF6F7;strokeColor=#DD344C;dashed=1;fontColor=#DD344C;fontSize=11;align=left;verticalAlign=middle;spacing=8;arcSize=8;" vertex="1" parent="e3host"><mxGeometry x="40" y="250" width="940" height="70" as="geometry"/></mxCell>
        <mxCell id="e3models" value="bake-off (lane 0 off, one artifact per model — golden/last_run.&amp;lt;model&amp;gt;.json): qwen3:30b-a3b-instruct-2507-q4_K_M 9/9 · gpt-oss:20b 7–8/9 · qwen2.5:14b 2/9 · qwen3 thinking 3/9. Compared on: pass rate · per-case seconds · tokens/turn · corrections" style="rounded=1;whiteSpace=wrap;html=1;fillColor=#FFFFFF;strokeColor=#232F3E;fontColor=#232F3E;fontSize=11;align=left;verticalAlign=middle;spacing=8;arcSize=8;" vertex="1" parent="e3host"><mxGeometry x="40" y="350" width="940" height="80" as="geometry"/></mxCell>
        <mxCell id="e3cache" value="cache checks verified: second identical query inside the TTL disclosed served_from_cache (rendered into the lane-0 label) · Bedrock cacheRead/Write token surfacing built, awaiting an AWS-credentialed run" style="rounded=1;whiteSpace=wrap;html=1;fillColor=#FFF4E5;strokeColor=#E8710A;strokeWidth=2;fontColor=#232F3E;fontSize=11;align=left;verticalAlign=middle;spacing=8;arcSize=8;" vertex="1" parent="e3host"><mxGeometry x="40" y="440" width="1500" height="60" as="geometry"/></mxCell>
        <mxCell id="e3s1" value="make seed — idempotent (P0.3)&lt;br&gt;&lt;font style=&quot;font-size:10px&quot; color=&quot;#5A6B86&quot;&gt;delete prior synthetic docs (marker on manager.name) → reseed 2000 → fresh ground_truth.json&lt;/font&gt;" style="rounded=1;whiteSpace=wrap;html=1;fillColor=#FFF4E5;strokeColor=#E8710A;strokeWidth=2;fontColor=#232F3E;fontSize=11;fontStyle=1;align=center;verticalAlign=middle;spacing=6;arcSize=8;" vertex="1" parent="1"><mxGeometry x="40" y="680" width="240" height="110" as="geometry"/></mxCell>
        <mxCell id="e3s2" value="identity chain&lt;br&gt;&lt;font style=&quot;font-size:10px&quot; color=&quot;#5A6B86&quot;&gt;Keycloak password grant → shim exchange → turn JWT, fresh per case (≤10 min TTL vs slow local turns)&lt;/font&gt;" style="rounded=1;whiteSpace=wrap;html=1;fillColor=#FFFFFF;strokeColor=#232F3E;fontColor=#232F3E;fontSize=11;fontStyle=1;align=center;verticalAlign=middle;spacing=6;arcSize=8;" vertex="1" parent="1"><mxGeometry x="320" y="680" width="240" height="110" as="geometry"/></mxCell>
        <mxCell id="e3s3" value="live references (P0.4)&lt;br&gt;&lt;font style=&quot;font-size:10px&quot; color=&quot;#5A6B86&quot;&gt;counts via /v1/tools (same code path as the assistant), both window readings bracketed · top rule + sample id via live_gt.py (WAI_EVAL_INDEXER_URL)&lt;/font&gt;" style="rounded=1;whiteSpace=wrap;html=1;fillColor=#FFF4E5;strokeColor=#E8710A;strokeWidth=2;fontColor=#232F3E;fontSize=11;fontStyle=1;align=center;verticalAlign=middle;spacing=6;arcSize=8;" vertex="1" parent="1"><mxGeometry x="600" y="680" width="260" height="110" as="geometry"/></mxCell>
        <mxCell id="e3s4" value="9 bilingual cases&lt;br&gt;&lt;font style=&quot;font-size:10px&quot; color=&quot;#5A6B86&quot;&gt;POST /v1/chat/sync · WAI_EVAL_TIMEOUT_S · 429s waited out, never failed&lt;/font&gt;" style="rounded=1;whiteSpace=wrap;html=1;fillColor=#FFFFFF;strokeColor=#232F3E;fontColor=#232F3E;fontSize=11;fontStyle=1;align=center;verticalAlign=middle;spacing=6;arcSize=8;" vertex="1" parent="1"><mxGeometry x="900" y="680" width="220" height="110" as="geometry"/></mxCell>
        <mxCell id="e3s5" value="assertions&lt;br&gt;&lt;font style=&quot;font-size:10px&quot; color=&quot;#5A6B86&quot;&gt;tool selection · datastore counts (only if datastore_computed_counts ran) · zero-hit honesty · injection · citations + grounded numbers&lt;/font&gt;" style="rounded=1;whiteSpace=wrap;html=1;fillColor=#FFFFFF;strokeColor=#232F3E;fontColor=#232F3E;fontSize=11;fontStyle=1;align=center;verticalAlign=middle;spacing=6;arcSize=8;" vertex="1" parent="1"><mxGeometry x="1160" y="680" width="220" height="110" as="geometry"/></mxCell>
        <mxCell id="e3s6" value="golden/last_run.json (P0.4)&lt;br&gt;&lt;font style=&quot;font-size:10px&quot; color=&quot;#5A6B86&quot;&gt;per case: pass/fail · seconds · tokens · tools · label + model/provider header → the bake-off matrix&lt;/font&gt;" style="rounded=1;whiteSpace=wrap;html=1;fillColor=#FFF4E5;strokeColor=#E8710A;strokeWidth=2;fontColor=#232F3E;fontSize=11;fontStyle=1;align=center;verticalAlign=middle;spacing=6;arcSize=8;" vertex="1" parent="1"><mxGeometry x="1420" y="680" width="200" height="110" as="geometry"/></mxCell>
        <mxCell id="e3e1" style="edgeStyle=orthogonalEdgeStyle;rounded=1;html=1;strokeColor=#5A6B86;fontColor=#5A6B86;fontSize=10;" edge="1" parent="1" source="e3s1" target="e3s2"><mxGeometry relative="1" as="geometry"/></mxCell>
        <mxCell id="e3e2" style="edgeStyle=orthogonalEdgeStyle;rounded=1;html=1;strokeColor=#5A6B86;fontColor=#5A6B86;fontSize=10;" edge="1" parent="1" source="e3s2" target="e3s3"><mxGeometry relative="1" as="geometry"/></mxCell>
        <mxCell id="e3e3" style="edgeStyle=orthogonalEdgeStyle;rounded=1;html=1;strokeColor=#5A6B86;fontColor=#5A6B86;fontSize=10;" edge="1" parent="1" source="e3s3" target="e3s4"><mxGeometry relative="1" as="geometry"/></mxCell>
        <mxCell id="e3e4" style="edgeStyle=orthogonalEdgeStyle;rounded=1;html=1;strokeColor=#5A6B86;fontColor=#5A6B86;fontSize=10;" edge="1" parent="1" source="e3s4" target="e3s5"><mxGeometry relative="1" as="geometry"/></mxCell>
        <mxCell id="e3e5" style="edgeStyle=orthogonalEdgeStyle;rounded=1;html=1;strokeColor=#5A6B86;fontColor=#5A6B86;fontSize=10;" edge="1" parent="1" source="e3s5" target="e3s6"><mxGeometry relative="1" as="geometry"/></mxCell>
      </root>
    </mxGraphModel>
  </diagram>
</mxfile>
